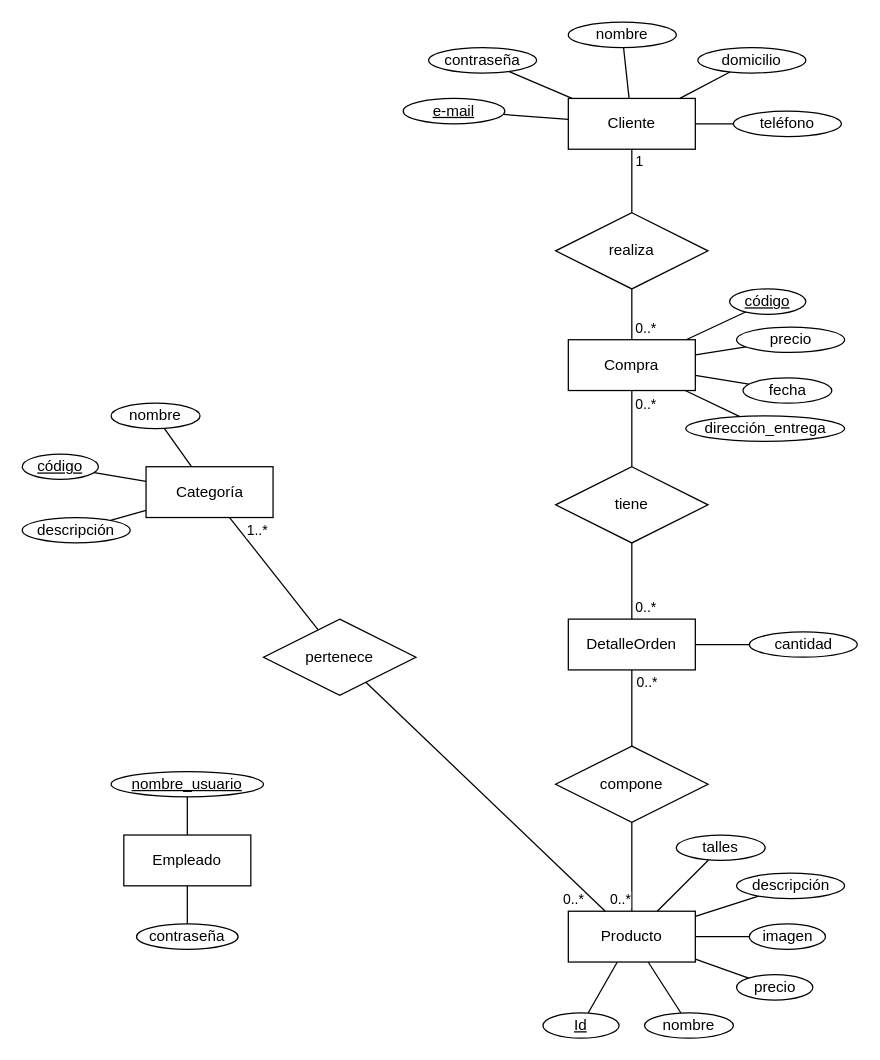
Above: design/Diagrama entidad-relación.drawio in iaw-2023/algorithm_avengers-laravel (draw.io), before the change. Source tidied: cells renumbered, new cells numbered last; positions are measured from the earlier drawing's top-left corner, leaving out a move shared by most shapes. Both pictures are drawn from the tidied source at 127%, with x=0, y=0 at pixel (22, 22).
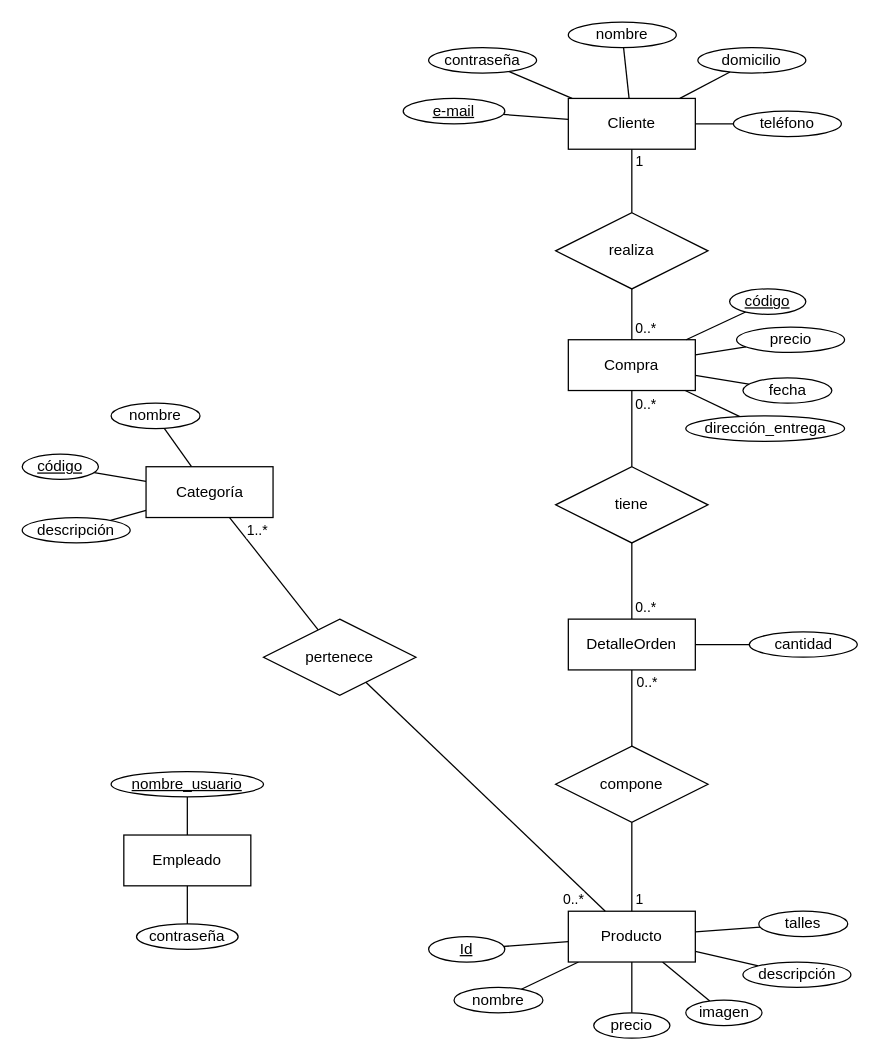
The same page after the edit.

Commit message (it also covers changes not shown here):
Agregada columna 'activo' a las tablas de productos y categorías, cambiada la multiplicidad en el diagrama de entidad relación y migrada la idea al README.md

Unchanged cells that the change refers to:
```xml
<mxCell id="20" style="edgeStyle=none;rounded=0;jettySize=auto;html=1;endArrow=none;endFill=0;" parent="1" edge="1" source="24" target="8">
  <mxGeometry relative="1" as="geometry" />
</mxCell>
```

Diff of the diagram source:
```diff
@@
     <mxCell id="9" value="Id" style="ellipse;whiteSpace=wrap;html=1;align=center;fontStyle=4;" parent="1" vertex="1">
-      <mxGeometry x="410" y="780" width="60" height="20" as="geometry" />
+      <mxGeometry x="320" y="720" width="60" height="20" as="geometry" />
     </mxCell>
     <mxCell id="10" value="nombre" style="ellipse;whiteSpace=wrap;html=1;align=center;" parent="1" vertex="1">
-      <mxGeometry x="490" y="780" width="70" height="20" as="geometry" />
+      <mxGeometry x="340" y="760" width="70" height="20" as="geometry" />
     </mxCell>
     <mxCell id="11" value="descripción" style="ellipse;whiteSpace=wrap;html=1;align=center;" parent="1" vertex="1">
-      <mxGeometry x="562.5" y="670" width="85" height="20" as="geometry" />
+      <mxGeometry x="567.5" y="740" width="85" height="20" as="geometry" />
     </mxCell>
     <mxCell id="12" value="imagen" style="ellipse;whiteSpace=wrap;html=1;align=center;" parent="1" vertex="1">
-      <mxGeometry x="572.5" y="710" width="60" height="20" as="geometry" />
+      <mxGeometry x="522.5" y="770" width="60" height="20" as="geometry" />
     </mxCell>
     <mxCell id="13" value="precio" style="ellipse;whiteSpace=wrap;html=1;align=center;" parent="1" vertex="1">
-      <mxGeometry x="562.5" y="750" width="60" height="20" as="geometry" />
+      <mxGeometry x="450" y="780" width="60" height="20" as="geometry" />
     </mxCell>
@@
-    <mxCell id="21" value="0..*" style="edgeLabel;html=1;align=center;verticalAlign=middle;" parent="20" vertex="1">
+    <mxCell id="21" value="1" style="edgeLabel;html=1;align=center;verticalAlign=middle;" parent="20" vertex="1">
       <mxGeometry x="0.58" relative="1" as="geometry">
-        <mxPoint x="-10" y="5" as="offset" />
+        <mxPoint x="5" y="5" as="offset" />
       </mxGeometry>
     </mxCell>
@@
     <mxCell id="63" value="talles" style="ellipse;whiteSpace=wrap;html=1;align=center;" parent="1" vertex="1">
-      <mxGeometry x="515" y="640" width="70" height="20" as="geometry" />
+      <mxGeometry x="580" y="700" width="70" height="20" as="geometry" />
     </mxCell>
```
